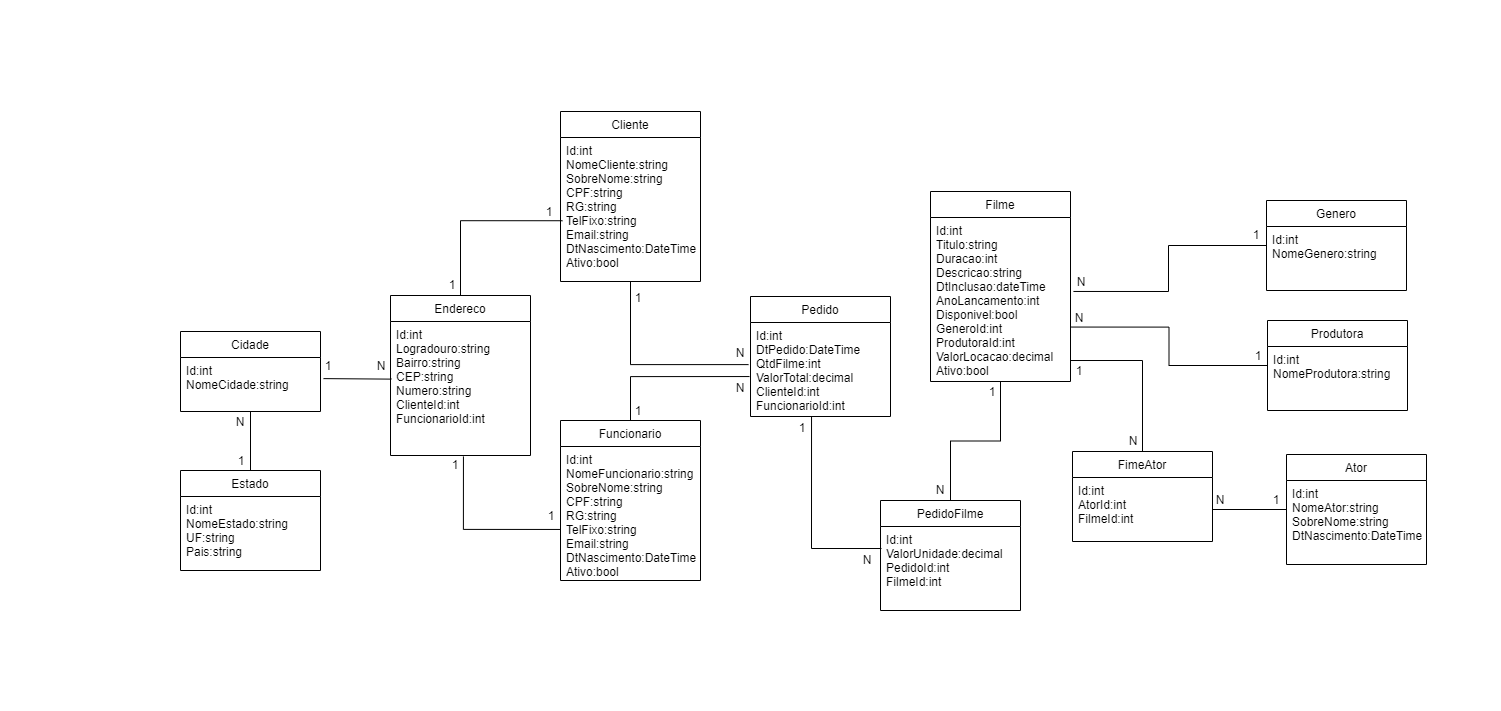
Before: VideoLocadora.png, a diagram exported from draw.io (cadufelicioandrade/Diagramas). Source tidied: cells renumbered, new cells last; positions are measured from the earlier drawing's top-left corner, leaving out a move shared by most shapes.
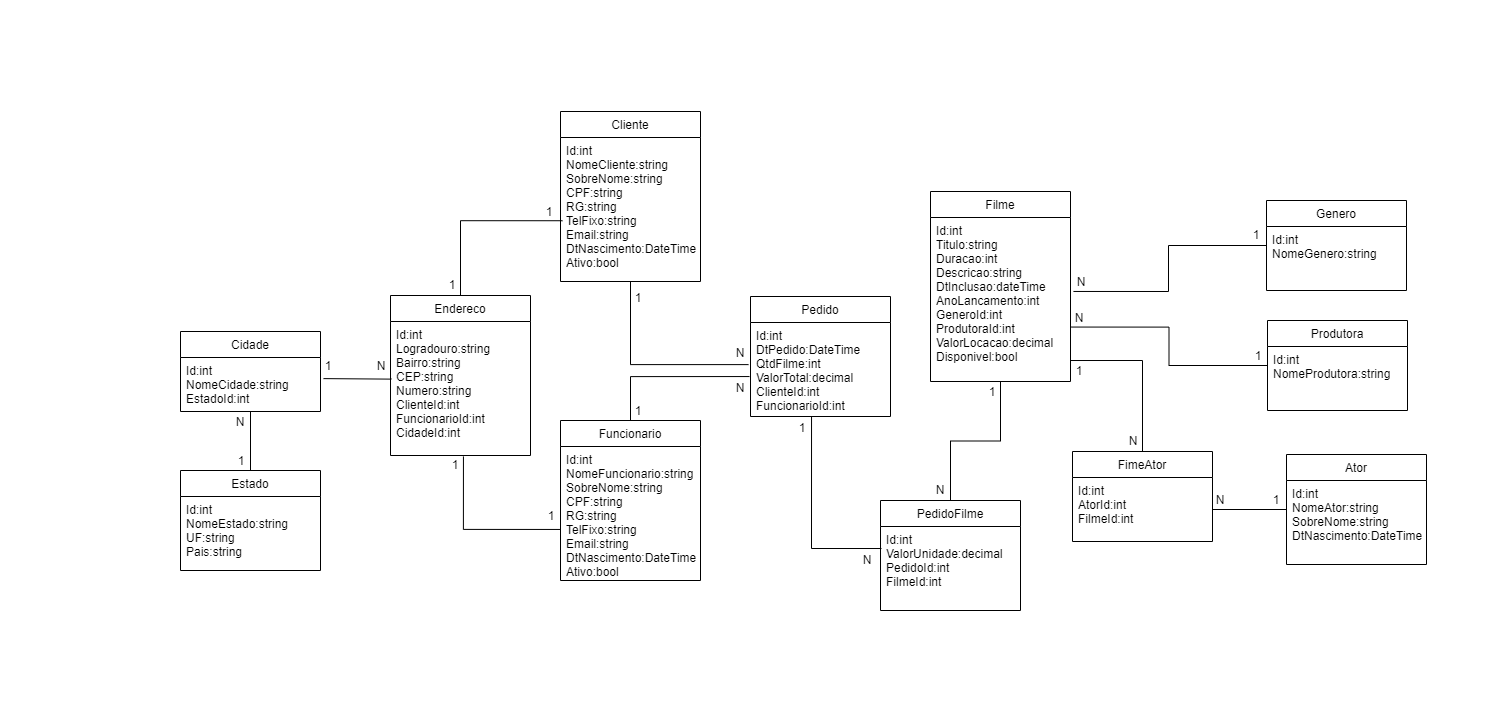
The same file after the commit.

Change to the diagram source:
```diff
@@ -8,7 +8,7 @@
     <mxCell id="3" value="Filme" style="swimlane;fontStyle=0;horizontal=1;startSize=26;fillColor=none;" parent="1" vertex="1">
       <mxGeometry x="930" y="191" width="140" height="190" as="geometry" />
     </mxCell>
-    <mxCell id="4" value="Id:int&#10;Titulo:string&#10;Duracao:int&#10;Descricao:string&#10;DtInclusao:dateTime&#10;AnoLancamento:int&#10;Disponivel:bool&#10;GeneroId:int&#10;ProdutoraId:int&#10;ValorLocacao:decimal&#10;Ativo:bool" style="text;strokeColor=none;fillColor=none;align=left;verticalAlign=top;spacingLeft=4;spacingRight=4;overflow=hidden;points=[[0,0.5],[1,0.5]];portConstraint=eastwest;" parent="3" vertex="1">
+    <mxCell id="4" value="Id:int&#10;Titulo:string&#10;Duracao:int&#10;Descricao:string&#10;DtInclusao:dateTime&#10;AnoLancamento:int&#10;GeneroId:int&#10;ProdutoraId:int&#10;ValorLocacao:decimal&#10;Disponivel:bool" style="text;strokeColor=none;fillColor=none;align=left;verticalAlign=top;spacingLeft=4;spacingRight=4;overflow=hidden;points=[[0,0.5],[1,0.5]];portConstraint=eastwest;" parent="3" vertex="1">
       <mxGeometry y="26" width="140" height="164" as="geometry" />
     </mxCell>
     <mxCell id="5" style="rounded=0;jettySize=auto;html=1;entryX=1.021;entryY=0.451;entryDx=0;entryDy=0;entryPerimeter=0;endArrow=none;endFill=0;edgeStyle=orthogonalEdgeStyle;" parent="1" edge="1" source="6" target="4">
@@ -92,7 +92,7 @@
     <mxCell id="28" value="Endereco" style="swimlane;fontStyle=0;horizontal=1;startSize=26;fillColor=none;" parent="1" vertex="1">
       <mxGeometry x="390" y="295" width="140" height="160" as="geometry" />
     </mxCell>
-    <mxCell id="29" value="Id:int&#10;Logradouro:string&#10;Bairro:string&#10;CEP:string&#10;Numero:string&#10;ClienteId:int&#10;FuncionarioId:int" style="text;strokeColor=none;fillColor=none;align=left;verticalAlign=top;spacingLeft=4;spacingRight=4;overflow=hidden;points=[[0,0.5],[1,0.5]];portConstraint=eastwest;" parent="28" vertex="1">
+    <mxCell id="29" value="Id:int&#10;Logradouro:string&#10;Bairro:string&#10;CEP:string&#10;Numero:string&#10;ClienteId:int&#10;FuncionarioId:int&#10;CidadeId:int" style="text;strokeColor=none;fillColor=none;align=left;verticalAlign=top;spacingLeft=4;spacingRight=4;overflow=hidden;points=[[0,0.5],[1,0.5]];portConstraint=eastwest;" parent="28" vertex="1">
       <mxGeometry y="26" width="140" height="134" as="geometry" />
     </mxCell>
     <mxCell id="30" style="edgeStyle=orthogonalEdgeStyle;rounded=0;jettySize=auto;html=1;entryX=0.5;entryY=0;entryDx=0;entryDy=0;endArrow=none;endFill=0;" parent="1" edge="1" source="31" target="33">
@@ -101,7 +101,7 @@
     <mxCell id="31" value="Cidade" style="swimlane;fontStyle=0;horizontal=1;startSize=26;fillColor=none;" parent="1" vertex="1">
       <mxGeometry x="180" y="331" width="140" height="80" as="geometry" />
     </mxCell>
-    <mxCell id="32" value="Id:int&#10;NomeCidade:string&#10;" style="text;strokeColor=none;fillColor=none;align=left;verticalAlign=top;spacingLeft=4;spacingRight=4;overflow=hidden;points=[[0,0.5],[1,0.5]];portConstraint=eastwest;" parent="31" vertex="1">
+    <mxCell id="32" value="Id:int&#10;NomeCidade:string&#10;EstadoId:int" style="text;strokeColor=none;fillColor=none;align=left;verticalAlign=top;spacingLeft=4;spacingRight=4;overflow=hidden;points=[[0,0.5],[1,0.5]];portConstraint=eastwest;" parent="31" vertex="1">
       <mxGeometry y="26" width="140" height="54" as="geometry" />
     </mxCell>
     <mxCell id="33" value="Estado" style="swimlane;fontStyle=0;horizontal=1;startSize=26;fillColor=none;" parent="1" vertex="1">
```
